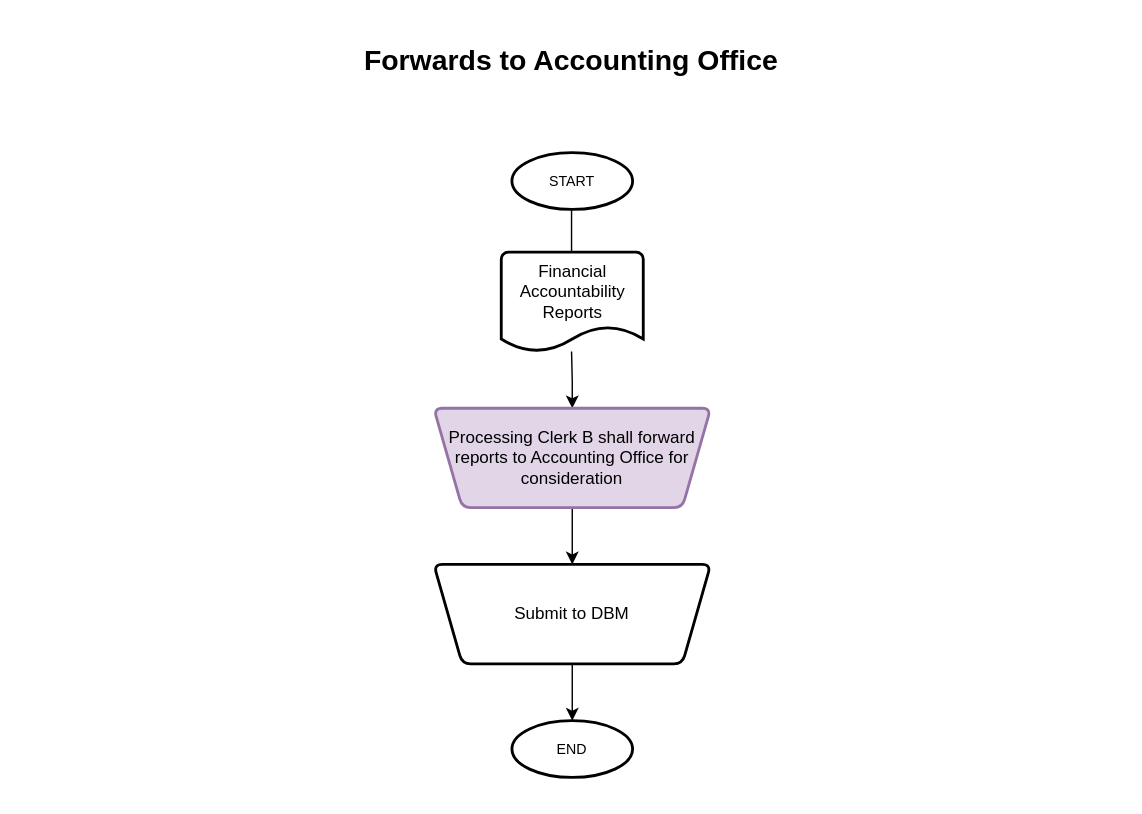
The draw.io diagram page "Forwards to Accounting Office" (5 of 5) of Preparations of Financial Accountability.drawio in johnpaul4474/FMO-budget, before the edit. Source tidied: cells renumbered, new cells numbered last; positions are measured from the earlier drawing's top-left corner, leaving out a move shared by most shapes. Both pictures are drawn from the tidied source at 142%, with x=0, y=0 at pixel (24, 38).
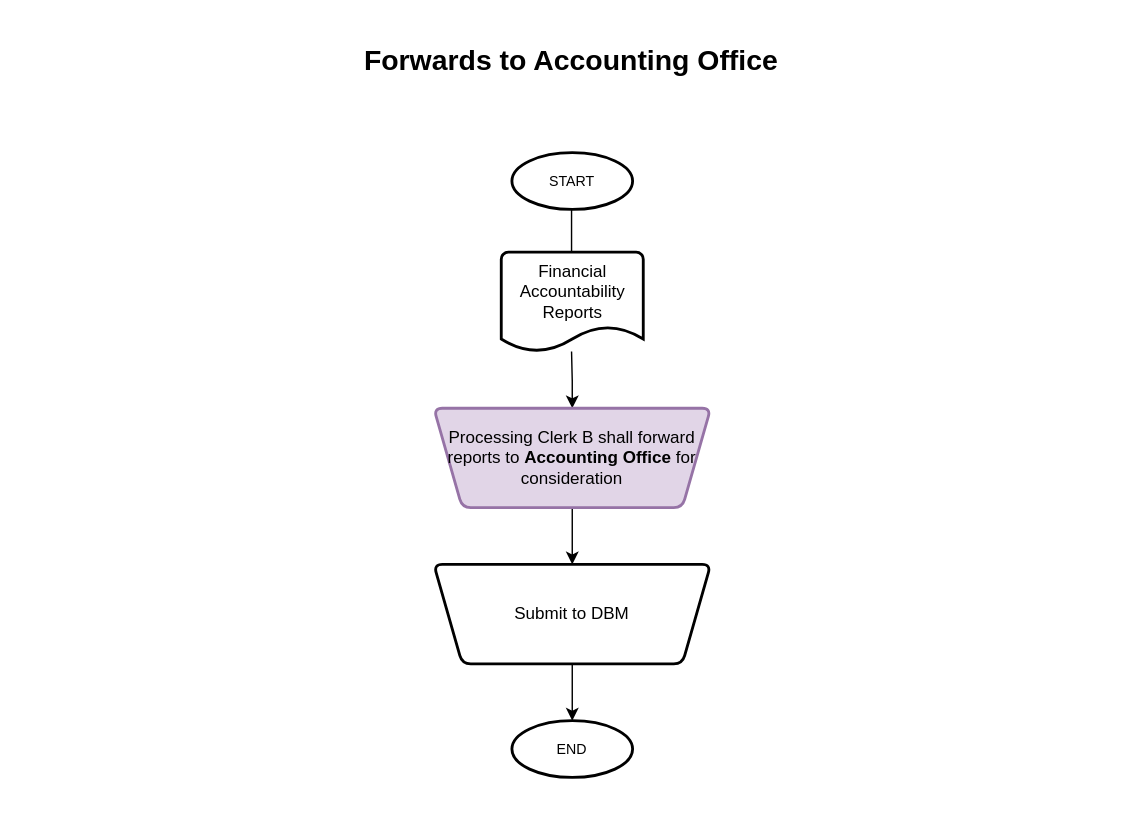
The same page after the edit.

Change to the diagram source:
```diff
@@
 <mxGraphModel>
   <root>
     <mxCell id="0" />
     <mxCell id="1" parent="0" />
     <mxCell id="2" value="&lt;h1&gt;Forwards to Accounting Office&lt;/h1&gt;" style="text;html=1;strokeColor=none;fillColor=none;spacing=5;spacingTop=-20;whiteSpace=wrap;overflow=hidden;rounded=0;fontSize=10;align=center;" parent="1" vertex="1">
       <mxGeometry width="770" height="60" as="geometry" />
     </mxCell>
     <mxCell id="3" style="edgeStyle=orthogonalEdgeStyle;rounded=0;jettySize=auto;html=1;" parent="1" edge="1" source="4">
       <mxGeometry relative="1" as="geometry">
         <mxPoint x="385" y="160" as="targetPoint" />
       </mxGeometry>
     </mxCell>
     <mxCell id="4" value="START" style="strokeWidth=2;html=1;shape=mxgraph.flowchart.start_1;whiteSpace=wrap;fontSize=10;" parent="1" vertex="1">
       <mxGeometry x="343" y="80" width="85" height="40" as="geometry" />
     </mxCell>
     <mxCell id="5" style="edgeStyle=orthogonalEdgeStyle;rounded=0;jettySize=auto;html=1;" parent="1" edge="1" target="7">
       <mxGeometry relative="1" as="geometry">
         <mxPoint x="385" y="220" as="sourcePoint" />
       </mxGeometry>
     </mxCell>
     <mxCell id="6" style="edgeStyle=orthogonalEdgeStyle;rounded=0;jettySize=auto;html=1;" parent="1" edge="1" source="7" target="9">
       <mxGeometry relative="1" as="geometry" />
     </mxCell>
-    <mxCell id="7" value="Processing Clerk B shall forward reports to Accounting Office for consideration" style="shape=trapezoid;perimeter=trapezoidPerimeter;whiteSpace=wrap;html=1;fixedSize=1;strokeWidth=2;rounded=1;arcSize=12;direction=west;fillColor=#e1d5e7;strokeColor=#9673a6;" parent="1" vertex="1">
+    <mxCell id="7" value="Processing Clerk B shall forward reports to &lt;b&gt;Accounting Office &lt;/b&gt;for consideration" style="shape=trapezoid;perimeter=trapezoidPerimeter;whiteSpace=wrap;html=1;fixedSize=1;strokeWidth=2;rounded=1;arcSize=12;direction=west;fillColor=#e1d5e7;strokeColor=#9673a6;" parent="1" vertex="1">
       <mxGeometry x="288" y="260" width="195" height="70" as="geometry" />
     </mxCell>
     <mxCell id="8" style="edgeStyle=orthogonalEdgeStyle;rounded=0;jettySize=auto;html=1;" parent="1" edge="1" source="9">
       <mxGeometry relative="1" as="geometry">
         <mxPoint x="385.5" y="480" as="targetPoint" />
       </mxGeometry>
     </mxCell>
     <mxCell id="9" value="Submit to DBM" style="shape=trapezoid;perimeter=trapezoidPerimeter;whiteSpace=wrap;html=1;fixedSize=1;strokeWidth=2;rounded=1;arcSize=12;direction=west;" parent="1" vertex="1">
       <mxGeometry x="288" y="370" width="195" height="70" as="geometry" />
     </mxCell>
     <mxCell id="10" value="END" style="strokeWidth=2;html=1;shape=mxgraph.flowchart.start_1;whiteSpace=wrap;fontSize=10;" parent="1" vertex="1">
       <mxGeometry x="343" y="480" width="85" height="40" as="geometry" />
     </mxCell>
     <mxCell id="11" style="edgeStyle=orthogonalEdgeStyle;rounded=0;orthogonalLoop=1;jettySize=auto;html=1;exitX=0.5;exitY=1;exitDx=0;exitDy=0;exitPerimeter=0;" parent="1" edge="1" source="10" target="10">
       <mxGeometry relative="1" as="geometry" />
     </mxCell>
     <mxCell id="12" value="Financial Accountability Reports" style="strokeWidth=2;html=1;shape=mxgraph.flowchart.document2;whiteSpace=wrap;size=0.25;verticalAlign=top;" parent="1" vertex="1">
       <mxGeometry x="335.5" y="150" width="100" height="70" as="geometry" />
     </mxCell>
   </root>
 </mxGraphModel>
```
